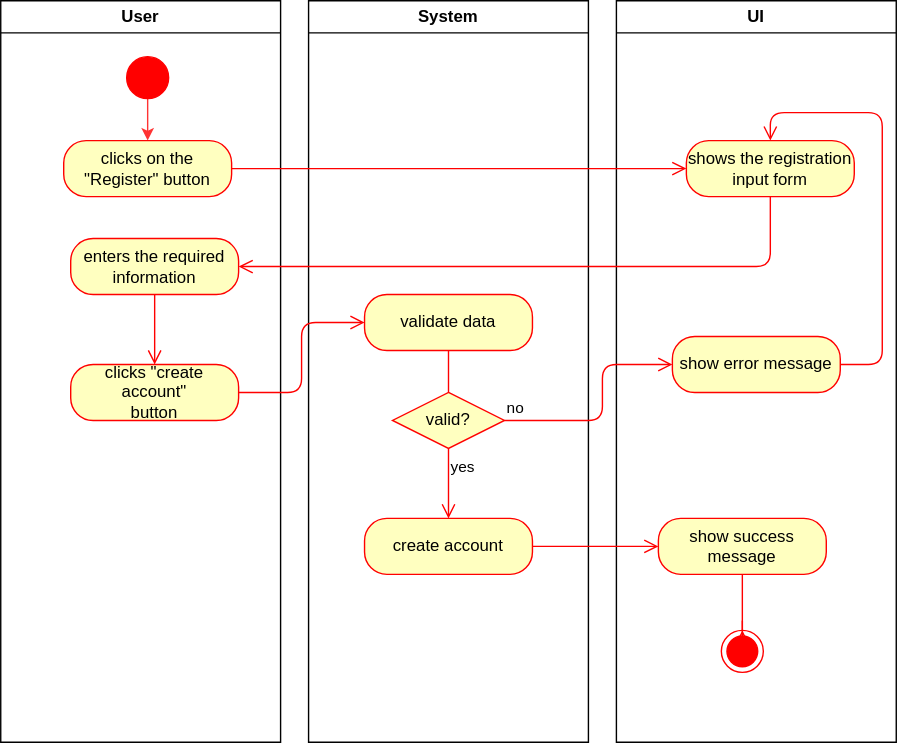
Before: docs/ADCA.drawio.svg, a diagram exported from draw.io (millisom/GluGuide). Source tidied: cells renumbered, new cells last; positions are measured from the earlier drawing's top-left corner, leaving out a move shared by most shapes.
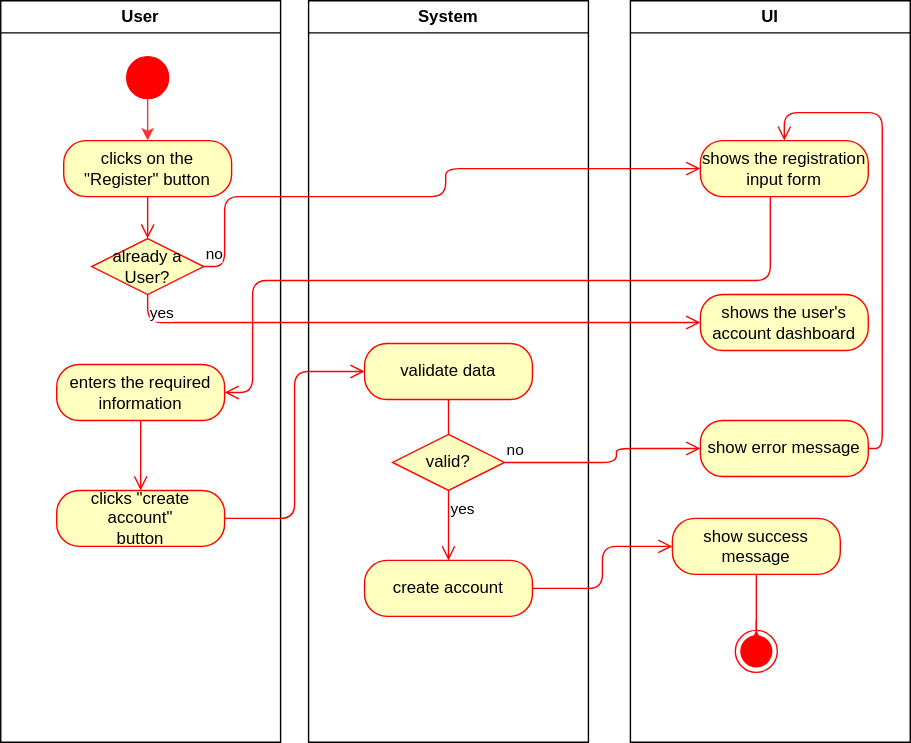
After the commit.

Diff of the diagram source:
```diff
@@ -15,10 +15,10 @@
       <mxGeometry x="45" y="100" width="120" height="40" as="geometry" />
     </mxCell>
     <mxCell id="5" value="&lt;span style=&quot;&quot;&gt;clicks &quot;create account&quot;&lt;/span&gt;&lt;br style=&quot;border-color: var(--border-color);&quot;&gt;&lt;span style=&quot;&quot;&gt;button&lt;/span&gt;" style="rounded=1;whiteSpace=wrap;html=1;arcSize=40;fontColor=#000000;fillColor=#ffffc0;strokeColor=#ff0000;" parent="2" vertex="1">
-      <mxGeometry x="50" y="260" width="120" height="40" as="geometry" />
+      <mxGeometry x="40" y="350" width="120" height="40" as="geometry" />
     </mxCell>
     <mxCell id="6" value="enters the required information" style="rounded=1;whiteSpace=wrap;html=1;arcSize=40;fontColor=#000000;fillColor=#ffffc0;strokeColor=#ff0000;" parent="2" vertex="1">
-      <mxGeometry x="50" y="170" width="120" height="40" as="geometry" />
+      <mxGeometry x="40" y="260" width="120" height="40" as="geometry" />
     </mxCell>
     <mxCell id="7" style="edgeStyle=orthogonalEdgeStyle;html=1;verticalAlign=bottom;endArrow=open;endSize=8;strokeColor=#ff0000;entryX=0.5;entryY=0;entryDx=0;entryDy=0;" parent="2" edge="1" source="6" target="5">
       <mxGeometry relative="1" as="geometry" />
@@ -26,38 +26,44 @@
     <mxCell id="8" style="ellipse;fillColor=strokeColor;strokeColor=#FF0000;" parent="2" vertex="1">
       <mxGeometry x="90" y="40" width="30" height="30" as="geometry" />
     </mxCell>
+    <mxCell id="28" value="already a User?" style="rhombus;whiteSpace=wrap;html=1;fillColor=#ffffc0;strokeColor=#ff0000;" parent="2" vertex="1">
+      <mxGeometry x="65" y="170" width="80" height="40" as="geometry" />
+    </mxCell>
+    <mxCell id="23" style="edgeStyle=orthogonalEdgeStyle;html=1;verticalAlign=bottom;endArrow=open;endSize=8;strokeColor=#ff0000;entryX=0.5;entryY=0;entryDx=0;entryDy=0;" parent="2" edge="1" source="4" target="28">
+      <mxGeometry relative="1" as="geometry" />
+    </mxCell>
     <mxCell id="9" value="System" style="swimlane;whiteSpace=wrap;html=1;" parent="1" vertex="1">
       <mxGeometry x="220" width="200" height="530" as="geometry" />
     </mxCell>
     <mxCell id="10" value="validate data" style="rounded=1;whiteSpace=wrap;html=1;arcSize=40;fontColor=#000000;fillColor=#ffffc0;strokeColor=#ff0000;" parent="9" vertex="1">
-      <mxGeometry x="40" y="210" width="120" height="40" as="geometry" />
+      <mxGeometry x="40" y="245" width="120" height="40" as="geometry" />
     </mxCell>
     <mxCell id="11" value="valid?" style="rhombus;whiteSpace=wrap;html=1;fillColor=#ffffc0;strokeColor=#ff0000;" parent="9" vertex="1">
-      <mxGeometry x="60" y="280" width="80" height="40" as="geometry" />
+      <mxGeometry x="60" y="310" width="80" height="40" as="geometry" />
     </mxCell>
     <mxCell id="12" style="edgeStyle=orthogonalEdgeStyle;html=1;verticalAlign=bottom;endArrow=none;endSize=8;strokeColor=#ff0000;" parent="9" edge="1" source="10" target="11">
       <mxGeometry relative="1" as="geometry" />
     </mxCell>
     <mxCell id="13" value="create account" style="rounded=1;whiteSpace=wrap;html=1;arcSize=40;fontColor=#000000;fillColor=#ffffc0;strokeColor=#ff0000;" parent="9" vertex="1">
-      <mxGeometry x="40" y="370" width="120" height="40" as="geometry" />
+      <mxGeometry x="40" y="400" width="120" height="40" as="geometry" />
     </mxCell>
     <mxCell id="14" value="yes" style="edgeStyle=orthogonalEdgeStyle;html=1;align=left;verticalAlign=top;endArrow=open;endSize=8;strokeColor=#ff0000;entryX=0.5;entryY=0;entryDx=0;entryDy=0;" parent="9" edge="1" source="11" target="13">
       <mxGeometry x="-1" relative="1" as="geometry" />
     </mxCell>
     <mxCell id="15" value="UI" style="swimlane;whiteSpace=wrap;html=1;" parent="1" vertex="1">
-      <mxGeometry x="440" width="200" height="530" as="geometry" />
+      <mxGeometry x="450" width="200" height="530" as="geometry" />
     </mxCell>
     <mxCell id="16" value="&lt;span style=&quot;&quot;&gt;shows the registration&lt;/span&gt;&lt;br style=&quot;border-color: var(--border-color);&quot;&gt;&lt;span style=&quot;&quot;&gt;input form&lt;/span&gt;" style="rounded=1;whiteSpace=wrap;html=1;arcSize=40;fontColor=#000000;fillColor=#ffffc0;strokeColor=#ff0000;" parent="15" vertex="1">
       <mxGeometry x="50" y="100" width="120" height="40" as="geometry" />
     </mxCell>
     <mxCell id="17" value="show error message" style="rounded=1;whiteSpace=wrap;html=1;arcSize=40;fontColor=#000000;fillColor=#ffffc0;strokeColor=#ff0000;" parent="15" vertex="1">
-      <mxGeometry x="40" y="240" width="120" height="40" as="geometry" />
+      <mxGeometry x="50" y="300" width="120" height="40" as="geometry" />
     </mxCell>
     <mxCell id="18" style="edgeStyle=orthogonalEdgeStyle;html=1;verticalAlign=bottom;endArrow=open;endSize=8;strokeColor=#ff0000;entryX=0.5;entryY=0;entryDx=0;entryDy=0;exitX=1;exitY=0.5;exitDx=0;exitDy=0;" parent="15" edge="1" source="17" target="16">
       <mxGeometry relative="1" as="geometry">
         <Array as="points">
-          <mxPoint x="190" y="260" />
-          <mxPoint x="190" y="80" />
+          <mxPoint x="180" y="320" />
+          <mxPoint x="180" y="80" />
           <mxPoint x="110" y="80" />
         </Array>
       </mxGeometry>
@@ -76,31 +82,50 @@
     <mxCell id="22" style="edgeStyle=orthogonalEdgeStyle;html=1;verticalAlign=bottom;endArrow=none;endSize=8;strokeColor=#ff0000;entryX=0.5;entryY=0;entryDx=0;entryDy=0;" parent="15" edge="1" source="19" target="21">
       <mxGeometry relative="1" as="geometry" />
     </mxCell>
-    <mxCell id="23" style="edgeStyle=orthogonalEdgeStyle;html=1;verticalAlign=bottom;endArrow=open;endSize=8;strokeColor=#ff0000;" parent="1" edge="1" source="4" target="16">
-      <mxGeometry relative="1" as="geometry" />
-    </mxCell>
+    <mxCell id="29" value="shows the user's account dashboard" style="rounded=1;whiteSpace=wrap;html=1;arcSize=40;fontColor=#000000;fillColor=#ffffc0;strokeColor=#ff0000;" parent="15" vertex="1">
+      <mxGeometry x="50" y="210" width="120" height="40" as="geometry" />
+    </mxCell>
     <mxCell id="24" style="edgeStyle=orthogonalEdgeStyle;html=1;verticalAlign=bottom;endArrow=open;endSize=8;strokeColor=#ff0000;entryX=1;entryY=0.5;entryDx=0;entryDy=0;" parent="1" edge="1" source="16" target="6">
       <mxGeometry relative="1" as="geometry">
         <Array as="points">
-          <mxPoint x="550" y="190" />
+          <mxPoint x="550" y="200" />
+          <mxPoint x="180" y="200" />
+          <mxPoint x="180" y="280" />
         </Array>
       </mxGeometry>
     </mxCell>
     <mxCell id="25" style="edgeStyle=orthogonalEdgeStyle;html=1;verticalAlign=bottom;endArrow=open;endSize=8;strokeColor=#ff0000;entryX=0;entryY=0.5;entryDx=0;entryDy=0;" parent="1" edge="1" source="5" target="10">
       <mxGeometry relative="1" as="geometry" />
     </mxCell>
-    <mxCell id="26" value="no" style="edgeStyle=orthogonalEdgeStyle;html=1;align=left;verticalAlign=bottom;endArrow=open;endSize=8;strokeColor=#ff0000;entryX=0;entryY=0.5;entryDx=0;entryDy=0;" parent="1" edge="1" source="11" target="17">
+    <mxCell id="26" value="no" style="edgeStyle=orthogonalEdgeStyle;html=1;align=left;verticalAlign=bottom;endArrow=open;endSize=8;strokeColor=#ff0000;entryX=0;entryY=0.5;entryDx=0;entryDy=0;" parent="1" edge="1" target="17">
       <mxGeometry x="-1" relative="1" as="geometry">
+        <mxPoint x="360" y="330" as="sourcePoint" />
         <Array as="points">
-          <mxPoint x="430" y="300" />
-          <mxPoint x="430" y="260" />
+          <mxPoint x="440" y="330" />
+          <mxPoint x="440" y="320" />
+          <mxPoint x="490" y="320" />
         </Array>
       </mxGeometry>
     </mxCell>
-    <mxCell id="27" style="edgeStyle=orthogonalEdgeStyle;html=1;verticalAlign=bottom;endArrow=open;endSize=8;strokeColor=#ff0000;entryX=0;entryY=0.5;entryDx=0;entryDy=0;" parent="1" edge="1" source="13">
-      <mxGeometry relative="1" as="geometry">
-        <mxPoint x="470" y="390" as="targetPoint" />
-      </mxGeometry>
+    <mxCell id="27" style="edgeStyle=orthogonalEdgeStyle;html=1;verticalAlign=bottom;endArrow=open;endSize=8;strokeColor=#ff0000;entryX=0;entryY=0.5;entryDx=0;entryDy=0;" parent="1" edge="1" source="13" target="19">
+      <mxGeometry relative="1" as="geometry" />
     </mxCell>
+    <mxCell id="30" value="no" style="edgeStyle=orthogonalEdgeStyle;html=1;align=left;verticalAlign=bottom;endArrow=open;endSize=8;strokeColor=#ff0000;entryX=0;entryY=0.5;entryDx=0;entryDy=0;exitX=1;exitY=0.5;exitDx=0;exitDy=0;" parent="1" edge="1" source="28" target="16">
+      <mxGeometry x="-1" relative="1" as="geometry">
+        <Array as="points">
+          <mxPoint x="160" y="190" />
+          <mxPoint x="160" y="140" />
+          <mxPoint x="318" y="140" />
+          <mxPoint x="318" y="120" />
+        </Array>
+      </mxGeometry>
+    </mxCell>
+    <mxCell id="31" value="yes" style="edgeStyle=orthogonalEdgeStyle;html=1;align=left;verticalAlign=top;endArrow=open;endSize=8;strokeColor=#ff0000;exitX=0.5;exitY=1;exitDx=0;exitDy=0;entryX=0;entryY=0.5;entryDx=0;entryDy=0;" parent="1" edge="1" source="28" target="29">
+      <mxGeometry x="-1" relative="1" as="geometry">
+        <Array as="points">
+          <mxPoint x="105" y="230" />
+        </Array>
+      </mxGeometry>
+    </mxCell>
   </root>
 </mxGraphModel>
```
